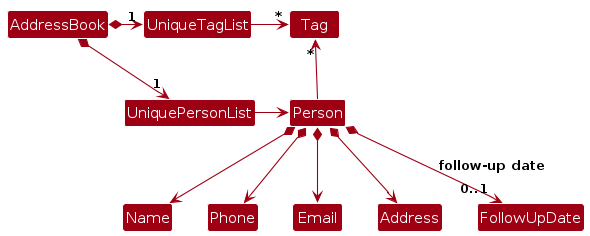
The PlantUML diagram diagrams/BetterModelClassDiagram.png in AY2627S1-CS2103T-F12-2/tp, before a commit. Its source is kept beside it as diagrams/BetterModelClassDiagram.puml.
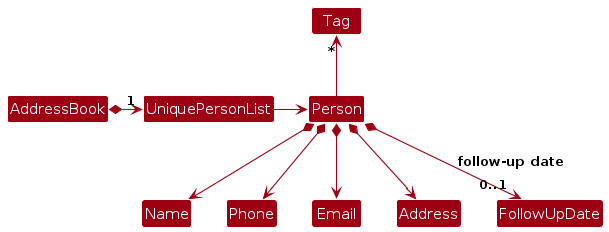
The same file after the commit.

Diff of the diagram source:
```diff
@@ -5,11 +5,6 @@
 skinparam classBackgroundColor MODEL_COLOR
 
 AddressBook *-right-> "1" UniquePersonList
-AddressBook *-right-> "1" UniqueTagList
-UniqueTagList -[hidden]down- UniquePersonList
-UniqueTagList -[hidden]down- UniquePersonList
-
-UniqueTagList -right-> "*" Tag
 UniquePersonList -right-> Person
 
 Person -up-> "*" Tag
```
